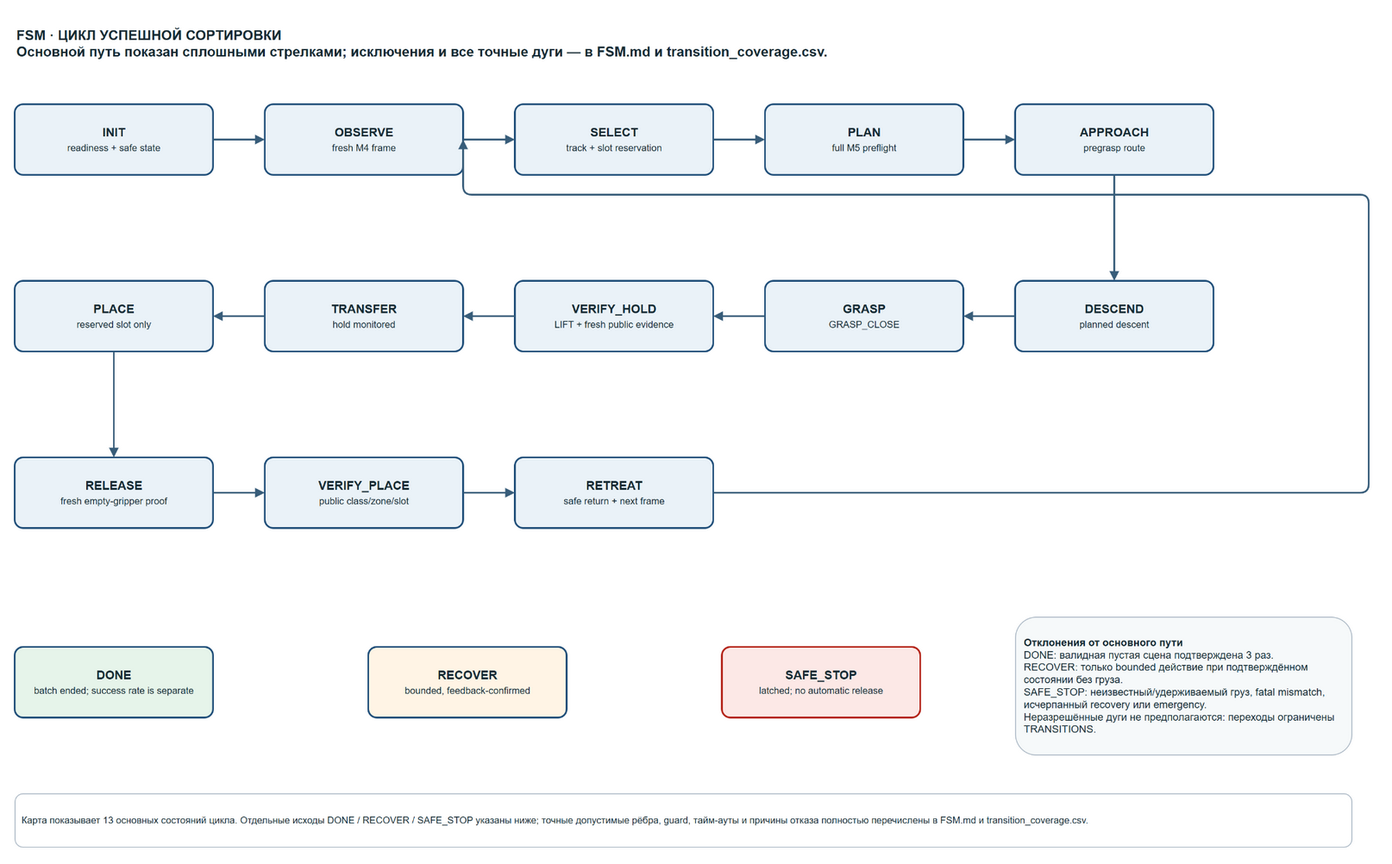
The draw.io diagram 03_Модель_и_схемы/algorithm/fsm_state.png in Garun-mp4/kursach-ruslan, before a commit. Source tidied: cells renumbered, new cells last; positions are measured from the earlier drawing's top-left corner, leaving out a move shared by most shapes. Its diagram source:
```xml
<mxGraphModel>
  <root>
    <mxCell id="0" />
    <mxCell id="1" parent="0" />
    <mxCell id="2" value="FSM · ЦИКЛ УСПЕШНОЙ СОРТИРОВКИ&#10;Основной путь показан сплошными стрелками; исключения и все точные дуги — в FSM.md и transition_coverage.csv." style="text;html=1;align=left;verticalAlign=middle;whiteSpace=wrap;rounded=0;strokeColor=none;fillColor=none;fontSize=16;fontStyle=1;fontColor=#172B34;" parent="1" vertex="1">
      <mxGeometry width="1460" height="68" as="geometry" />
    </mxCell>
    <mxCell id="3" value="&lt;b&gt;INIT&lt;/b&gt;&lt;br&gt;&lt;font style=&quot;font-size:11px&quot;&gt;readiness + safe state&lt;/font&gt;" style="rounded=1;whiteSpace=wrap;html=1;arcSize=12;fillColor=#EAF2F8;strokeColor=#1F4E79;strokeWidth=2;fontColor=#172B34;fontSize=14;align=center;verticalAlign=middle;shadow=0;" parent="1" vertex="1">
      <mxGeometry y="105" width="230" height="82" as="geometry" />
    </mxCell>
    <mxCell id="4" value="&lt;b&gt;OBSERVE&lt;/b&gt;&lt;br&gt;&lt;font style=&quot;font-size:11px&quot;&gt;fresh M4 frame&lt;/font&gt;" style="rounded=1;whiteSpace=wrap;html=1;arcSize=12;fillColor=#EAF2F8;strokeColor=#1F4E79;strokeWidth=2;fontColor=#172B34;fontSize=14;align=center;verticalAlign=middle;shadow=0;" parent="1" vertex="1">
      <mxGeometry x="290" y="105" width="230" height="82" as="geometry" />
    </mxCell>
    <mxCell id="5" value="&lt;b&gt;SELECT&lt;/b&gt;&lt;br&gt;&lt;font style=&quot;font-size:11px&quot;&gt;track + slot reservation&lt;/font&gt;" style="rounded=1;whiteSpace=wrap;html=1;arcSize=12;fillColor=#EAF2F8;strokeColor=#1F4E79;strokeWidth=2;fontColor=#172B34;fontSize=14;align=center;verticalAlign=middle;shadow=0;" parent="1" vertex="1">
      <mxGeometry x="580" y="105" width="230" height="82" as="geometry" />
    </mxCell>
    <mxCell id="6" value="&lt;b&gt;PLAN&lt;/b&gt;&lt;br&gt;&lt;font style=&quot;font-size:11px&quot;&gt;full M5 preflight&lt;/font&gt;" style="rounded=1;whiteSpace=wrap;html=1;arcSize=12;fillColor=#EAF2F8;strokeColor=#1F4E79;strokeWidth=2;fontColor=#172B34;fontSize=14;align=center;verticalAlign=middle;shadow=0;" parent="1" vertex="1">
      <mxGeometry x="870" y="105" width="230" height="82" as="geometry" />
    </mxCell>
    <mxCell id="7" value="&lt;b&gt;APPROACH&lt;/b&gt;&lt;br&gt;&lt;font style=&quot;font-size:11px&quot;&gt;pregrasp route&lt;/font&gt;" style="rounded=1;whiteSpace=wrap;html=1;arcSize=12;fillColor=#EAF2F8;strokeColor=#1F4E79;strokeWidth=2;fontColor=#172B34;fontSize=14;align=center;verticalAlign=middle;shadow=0;" parent="1" vertex="1">
      <mxGeometry x="1160" y="105" width="230" height="82" as="geometry" />
    </mxCell>
    <mxCell id="8" value="&lt;b&gt;DESCEND&lt;/b&gt;&lt;br&gt;&lt;font style=&quot;font-size:11px&quot;&gt;planned descent&lt;/font&gt;" style="rounded=1;whiteSpace=wrap;html=1;arcSize=12;fillColor=#EAF2F8;strokeColor=#1F4E79;strokeWidth=2;fontColor=#172B34;fontSize=14;align=center;verticalAlign=middle;shadow=0;" parent="1" vertex="1">
      <mxGeometry x="1160" y="310" width="230" height="82" as="geometry" />
    </mxCell>
    <mxCell id="9" value="&lt;b&gt;GRASP&lt;/b&gt;&lt;br&gt;&lt;font style=&quot;font-size:11px&quot;&gt;GRASP_CLOSE&lt;/font&gt;" style="rounded=1;whiteSpace=wrap;html=1;arcSize=12;fillColor=#EAF2F8;strokeColor=#1F4E79;strokeWidth=2;fontColor=#172B34;fontSize=14;align=center;verticalAlign=middle;shadow=0;" parent="1" vertex="1">
      <mxGeometry x="870" y="310" width="230" height="82" as="geometry" />
    </mxCell>
    <mxCell id="10" value="&lt;b&gt;VERIFY_HOLD&lt;/b&gt;&lt;br&gt;&lt;font style=&quot;font-size:11px&quot;&gt;LIFT + fresh public evidence&lt;/font&gt;" style="rounded=1;whiteSpace=wrap;html=1;arcSize=12;fillColor=#EAF2F8;strokeColor=#1F4E79;strokeWidth=2;fontColor=#172B34;fontSize=14;align=center;verticalAlign=middle;shadow=0;" parent="1" vertex="1">
      <mxGeometry x="580" y="310" width="230" height="82" as="geometry" />
    </mxCell>
    <mxCell id="11" value="&lt;b&gt;TRANSFER&lt;/b&gt;&lt;br&gt;&lt;font style=&quot;font-size:11px&quot;&gt;hold monitored&lt;/font&gt;" style="rounded=1;whiteSpace=wrap;html=1;arcSize=12;fillColor=#EAF2F8;strokeColor=#1F4E79;strokeWidth=2;fontColor=#172B34;fontSize=14;align=center;verticalAlign=middle;shadow=0;" parent="1" vertex="1">
      <mxGeometry x="290" y="310" width="230" height="82" as="geometry" />
    </mxCell>
    <mxCell id="12" value="&lt;b&gt;PLACE&lt;/b&gt;&lt;br&gt;&lt;font style=&quot;font-size:11px&quot;&gt;reserved slot only&lt;/font&gt;" style="rounded=1;whiteSpace=wrap;html=1;arcSize=12;fillColor=#EAF2F8;strokeColor=#1F4E79;strokeWidth=2;fontColor=#172B34;fontSize=14;align=center;verticalAlign=middle;shadow=0;" parent="1" vertex="1">
      <mxGeometry y="310" width="230" height="82" as="geometry" />
    </mxCell>
    <mxCell id="13" value="&lt;b&gt;RELEASE&lt;/b&gt;&lt;br&gt;&lt;font style=&quot;font-size:11px&quot;&gt;fresh empty-gripper proof&lt;/font&gt;" style="rounded=1;whiteSpace=wrap;html=1;arcSize=12;fillColor=#EAF2F8;strokeColor=#1F4E79;strokeWidth=2;fontColor=#172B34;fontSize=14;align=center;verticalAlign=middle;shadow=0;" parent="1" vertex="1">
      <mxGeometry y="515" width="230" height="82" as="geometry" />
    </mxCell>
    <mxCell id="14" value="&lt;b&gt;VERIFY_PLACE&lt;/b&gt;&lt;br&gt;&lt;font style=&quot;font-size:11px&quot;&gt;public class/zone/slot&lt;/font&gt;" style="rounded=1;whiteSpace=wrap;html=1;arcSize=12;fillColor=#EAF2F8;strokeColor=#1F4E79;strokeWidth=2;fontColor=#172B34;fontSize=14;align=center;verticalAlign=middle;shadow=0;" parent="1" vertex="1">
      <mxGeometry x="290" y="515" width="230" height="82" as="geometry" />
    </mxCell>
    <mxCell id="15" value="&lt;b&gt;RETREAT&lt;/b&gt;&lt;br&gt;&lt;font style=&quot;font-size:11px&quot;&gt;safe return + next frame&lt;/font&gt;" style="rounded=1;whiteSpace=wrap;html=1;arcSize=12;fillColor=#EAF2F8;strokeColor=#1F4E79;strokeWidth=2;fontColor=#172B34;fontSize=14;align=center;verticalAlign=middle;shadow=0;" parent="1" vertex="1">
      <mxGeometry x="580" y="515" width="230" height="82" as="geometry" />
    </mxCell>
    <mxCell id="16" value="&lt;b&gt;RECOVER&lt;/b&gt;&lt;br&gt;&lt;font style=&quot;font-size:11px&quot;&gt;bounded, feedback-confirmed&lt;/font&gt;" style="rounded=1;whiteSpace=wrap;html=1;arcSize=12;fillColor=#FFF4E5;strokeColor=#1F4E79;strokeWidth=2;fontColor=#172B34;fontSize=14;align=center;verticalAlign=middle;shadow=0;" parent="1" vertex="1">
      <mxGeometry x="410" y="735" width="230" height="82" as="geometry" />
    </mxCell>
    <mxCell id="17" value="&lt;b&gt;SAFE_STOP&lt;/b&gt;&lt;br&gt;&lt;font style=&quot;font-size:11px&quot;&gt;latched; no automatic release&lt;/font&gt;" style="rounded=1;whiteSpace=wrap;html=1;arcSize=12;fillColor=#FCE8E6;strokeColor=#B42318;strokeWidth=2;fontColor=#172B34;fontSize=14;align=center;verticalAlign=middle;shadow=0;" parent="1" vertex="1">
      <mxGeometry x="820" y="735" width="230" height="82" as="geometry" />
    </mxCell>
    <mxCell id="18" value="&lt;b&gt;DONE&lt;/b&gt;&lt;br&gt;&lt;font style=&quot;font-size:11px&quot;&gt;batch ended; success rate is separate&lt;/font&gt;" style="rounded=1;whiteSpace=wrap;html=1;arcSize=12;fillColor=#E6F4EA;strokeColor=#1F4E79;strokeWidth=2;fontColor=#172B34;fontSize=14;align=center;verticalAlign=middle;shadow=0;" parent="1" vertex="1">
      <mxGeometry y="735" width="230" height="82" as="geometry" />
    </mxCell>
    <mxCell id="19" style="edgeStyle=orthogonalEdgeStyle;rounded=1;jettySize=auto;html=1;endArrow=block;endFill=1;strokeColor=#385D7A;strokeWidth=2;" parent="1" edge="1" source="3" target="4">
      <mxGeometry relative="1" as="geometry" />
    </mxCell>
    <mxCell id="20" style="edgeStyle=orthogonalEdgeStyle;rounded=1;jettySize=auto;html=1;endArrow=block;endFill=1;strokeColor=#385D7A;strokeWidth=2;" parent="1" edge="1" source="4" target="5">
      <mxGeometry relative="1" as="geometry" />
    </mxCell>
    <mxCell id="21" style="edgeStyle=orthogonalEdgeStyle;rounded=1;jettySize=auto;html=1;endArrow=block;endFill=1;strokeColor=#385D7A;strokeWidth=2;" parent="1" edge="1" source="5" target="6">
      <mxGeometry relative="1" as="geometry" />
    </mxCell>
    <mxCell id="22" style="edgeStyle=orthogonalEdgeStyle;rounded=1;jettySize=auto;html=1;endArrow=block;endFill=1;strokeColor=#385D7A;strokeWidth=2;" parent="1" edge="1" source="6" target="7">
      <mxGeometry relative="1" as="geometry" />
    </mxCell>
    <mxCell id="23" style="edgeStyle=orthogonalEdgeStyle;rounded=1;jettySize=auto;html=1;endArrow=block;endFill=1;strokeColor=#385D7A;strokeWidth=2;" parent="1" edge="1" source="7" target="8">
      <mxGeometry relative="1" as="geometry" />
    </mxCell>
    <mxCell id="24" style="edgeStyle=orthogonalEdgeStyle;rounded=1;jettySize=auto;html=1;endArrow=block;endFill=1;strokeColor=#385D7A;strokeWidth=2;" parent="1" edge="1" source="8" target="9">
      <mxGeometry relative="1" as="geometry" />
    </mxCell>
    <mxCell id="25" style="edgeStyle=orthogonalEdgeStyle;rounded=1;jettySize=auto;html=1;endArrow=block;endFill=1;strokeColor=#385D7A;strokeWidth=2;" parent="1" edge="1" source="9" target="10">
      <mxGeometry relative="1" as="geometry" />
    </mxCell>
    <mxCell id="26" style="edgeStyle=orthogonalEdgeStyle;rounded=1;jettySize=auto;html=1;endArrow=block;endFill=1;strokeColor=#385D7A;strokeWidth=2;" parent="1" edge="1" source="10" target="11">
      <mxGeometry relative="1" as="geometry" />
    </mxCell>
    <mxCell id="27" style="edgeStyle=orthogonalEdgeStyle;rounded=1;jettySize=auto;html=1;endArrow=block;endFill=1;strokeColor=#385D7A;strokeWidth=2;" parent="1" edge="1" source="11" target="12">
      <mxGeometry relative="1" as="geometry" />
    </mxCell>
    <mxCell id="28" style="edgeStyle=orthogonalEdgeStyle;rounded=1;jettySize=auto;html=1;endArrow=block;endFill=1;strokeColor=#385D7A;strokeWidth=2;" parent="1" edge="1" source="12" target="13">
      <mxGeometry relative="1" as="geometry" />
    </mxCell>
    <mxCell id="29" style="edgeStyle=orthogonalEdgeStyle;rounded=1;jettySize=auto;html=1;endArrow=block;endFill=1;strokeColor=#385D7A;strokeWidth=2;" parent="1" edge="1" source="13" target="14">
      <mxGeometry relative="1" as="geometry" />
    </mxCell>
    <mxCell id="30" style="edgeStyle=orthogonalEdgeStyle;rounded=1;jettySize=auto;html=1;endArrow=block;endFill=1;strokeColor=#385D7A;strokeWidth=2;" parent="1" edge="1" source="14" target="15">
      <mxGeometry relative="1" as="geometry" />
    </mxCell>
    <mxCell id="31" style="edgeStyle=orthogonalEdgeStyle;rounded=1;jettySize=auto;html=1;endArrow=block;endFill=1;strokeColor=#385D7A;strokeWidth=2;exitX=1;exitY=0.5;entryX=1;entryY=0.5;" parent="1" edge="1" source="15" target="4">
      <mxGeometry relative="1" as="geometry">
        <Array as="points">
          <mxPoint x="1570" y="556" />
          <mxPoint x="1570" y="210" />
          <mxPoint x="520" y="210" />
        </Array>
      </mxGeometry>
    </mxCell>
    <mxCell id="32" value="&lt;b&gt;Отклонения от основного пути&lt;/b&gt;&lt;br&gt;DONE: валидная пустая сцена подтверждена 3 раз.&lt;br&gt;RECOVER: только bounded действие при подтверждённом состоянии без груза.&lt;br&gt;SAFE_STOP: неизвестный/удерживаемый груз, fatal mismatch, исчерпанный recovery или emergency.&lt;br&gt;Неразрешённые дуги не предполагаются: переходы ограничены TRANSITIONS." style="rounded=1;whiteSpace=wrap;html=1;fillColor=#F6F9FA;strokeColor=#AAB7C4;fontColor=#172B34;fontSize=12;align=left;verticalAlign=middle;spacing=10;" parent="1" vertex="1">
      <mxGeometry x="1160" y="700" width="390" height="160" as="geometry" />
    </mxCell>
    <mxCell id="33" value="Карта показывает 13 основных состояний цикла. Отдельные исходы DONE / RECOVER / SAFE_STOP указаны ниже; точные допустимые рёбра, guard, тайм-ауты и причины отказа полностью перечислены в FSM.md и transition_coverage.csv." style="rounded=1;whiteSpace=wrap;html=1;fillColor=#FFFFFF;strokeColor=#AAB7C4;fontColor=#172B34;fontSize=11;align=left;verticalAlign=middle;spacing=8;" parent="1" vertex="1">
      <mxGeometry y="905" width="1550" height="62" as="geometry" />
    </mxCell>
  </root>
</mxGraphModel>
```
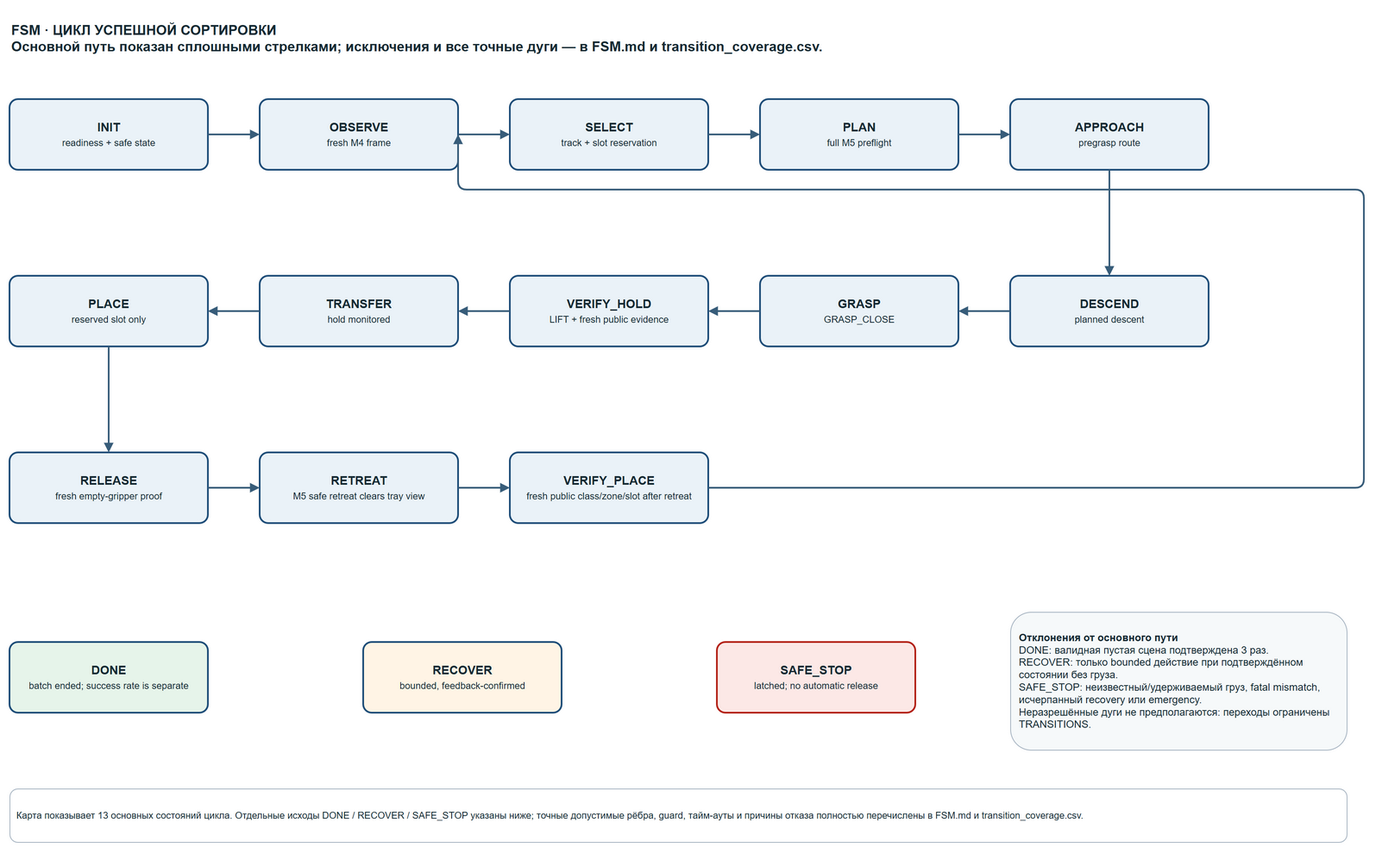
After the change.

What changed in the source:
```diff
@@ -38,11 +38,11 @@
     <mxCell id="13" value="&lt;b&gt;RELEASE&lt;/b&gt;&lt;br&gt;&lt;font style=&quot;font-size:11px&quot;&gt;fresh empty-gripper proof&lt;/font&gt;" style="rounded=1;whiteSpace=wrap;html=1;arcSize=12;fillColor=#EAF2F8;strokeColor=#1F4E79;strokeWidth=2;fontColor=#172B34;fontSize=14;align=center;verticalAlign=middle;shadow=0;" parent="1" vertex="1">
       <mxGeometry y="515" width="230" height="82" as="geometry" />
     </mxCell>
-    <mxCell id="14" value="&lt;b&gt;VERIFY_PLACE&lt;/b&gt;&lt;br&gt;&lt;font style=&quot;font-size:11px&quot;&gt;public class/zone/slot&lt;/font&gt;" style="rounded=1;whiteSpace=wrap;html=1;arcSize=12;fillColor=#EAF2F8;strokeColor=#1F4E79;strokeWidth=2;fontColor=#172B34;fontSize=14;align=center;verticalAlign=middle;shadow=0;" parent="1" vertex="1">
-      <mxGeometry x="290" y="515" width="230" height="82" as="geometry" />
+    <mxCell id="14" value="&lt;b&gt;VERIFY_PLACE&lt;/b&gt;&lt;br&gt;&lt;font style=&quot;font-size:11px&quot;&gt;fresh public class/zone/slot after retreat&lt;/font&gt;" style="rounded=1;whiteSpace=wrap;html=1;arcSize=12;fillColor=#EAF2F8;strokeColor=#1F4E79;strokeWidth=2;fontColor=#172B34;fontSize=14;align=center;verticalAlign=middle;shadow=0;" parent="1" vertex="1">
+      <mxGeometry x="580" y="515" width="230" height="82" as="geometry" />
     </mxCell>
-    <mxCell id="15" value="&lt;b&gt;RETREAT&lt;/b&gt;&lt;br&gt;&lt;font style=&quot;font-size:11px&quot;&gt;safe return + next frame&lt;/font&gt;" style="rounded=1;whiteSpace=wrap;html=1;arcSize=12;fillColor=#EAF2F8;strokeColor=#1F4E79;strokeWidth=2;fontColor=#172B34;fontSize=14;align=center;verticalAlign=middle;shadow=0;" parent="1" vertex="1">
-      <mxGeometry x="580" y="515" width="230" height="82" as="geometry" />
+    <mxCell id="15" value="&lt;b&gt;RETREAT&lt;/b&gt;&lt;br&gt;&lt;font style=&quot;font-size:11px&quot;&gt;M5 safe retreat clears tray view&lt;/font&gt;" style="rounded=1;whiteSpace=wrap;html=1;arcSize=12;fillColor=#EAF2F8;strokeColor=#1F4E79;strokeWidth=2;fontColor=#172B34;fontSize=14;align=center;verticalAlign=middle;shadow=0;" parent="1" vertex="1">
+      <mxGeometry x="290" y="515" width="230" height="82" as="geometry" />
     </mxCell>
     <mxCell id="16" value="&lt;b&gt;RECOVER&lt;/b&gt;&lt;br&gt;&lt;font style=&quot;font-size:11px&quot;&gt;bounded, feedback-confirmed&lt;/font&gt;" style="rounded=1;whiteSpace=wrap;html=1;arcSize=12;fillColor=#FFF4E5;strokeColor=#1F4E79;strokeWidth=2;fontColor=#172B34;fontSize=14;align=center;verticalAlign=middle;shadow=0;" parent="1" vertex="1">
       <mxGeometry x="410" y="735" width="230" height="82" as="geometry" />
@@ -83,13 +83,13 @@
     <mxCell id="28" style="edgeStyle=orthogonalEdgeStyle;rounded=1;jettySize=auto;html=1;endArrow=block;endFill=1;strokeColor=#385D7A;strokeWidth=2;" parent="1" edge="1" source="12" target="13">
       <mxGeometry relative="1" as="geometry" />
     </mxCell>
-    <mxCell id="29" style="edgeStyle=orthogonalEdgeStyle;rounded=1;jettySize=auto;html=1;endArrow=block;endFill=1;strokeColor=#385D7A;strokeWidth=2;" parent="1" edge="1" source="13" target="14">
+    <mxCell id="29" style="edgeStyle=orthogonalEdgeStyle;rounded=1;jettySize=auto;html=1;endArrow=block;endFill=1;strokeColor=#385D7A;strokeWidth=2;" parent="1" edge="1" source="13" target="15">
       <mxGeometry relative="1" as="geometry" />
     </mxCell>
-    <mxCell id="30" style="edgeStyle=orthogonalEdgeStyle;rounded=1;jettySize=auto;html=1;endArrow=block;endFill=1;strokeColor=#385D7A;strokeWidth=2;" parent="1" edge="1" source="14" target="15">
+    <mxCell id="30" style="edgeStyle=orthogonalEdgeStyle;rounded=1;jettySize=auto;html=1;endArrow=block;endFill=1;strokeColor=#385D7A;strokeWidth=2;" parent="1" edge="1" source="15" target="14">
       <mxGeometry relative="1" as="geometry" />
     </mxCell>
-    <mxCell id="31" style="edgeStyle=orthogonalEdgeStyle;rounded=1;jettySize=auto;html=1;endArrow=block;endFill=1;strokeColor=#385D7A;strokeWidth=2;exitX=1;exitY=0.5;entryX=1;entryY=0.5;" parent="1" edge="1" source="15" target="4">
+    <mxCell id="31" style="edgeStyle=orthogonalEdgeStyle;rounded=1;jettySize=auto;html=1;endArrow=block;endFill=1;strokeColor=#385D7A;strokeWidth=2;exitX=1;exitY=0.5;entryX=1;entryY=0.5;" parent="1" edge="1" source="14" target="4">
       <mxGeometry relative="1" as="geometry">
         <Array as="points">
           <mxPoint x="1570" y="556" />
```
